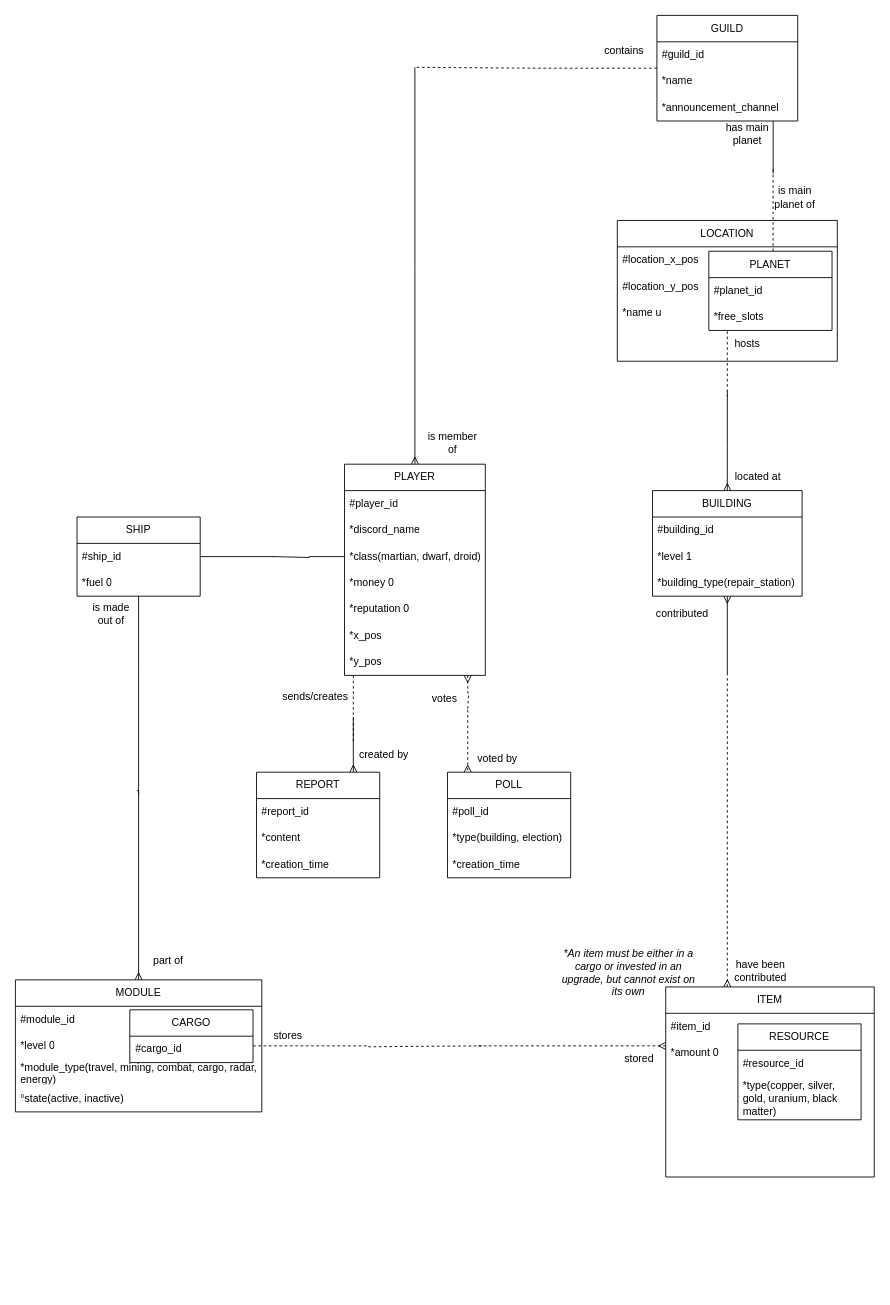
The draw.io diagram database/ehbdb.drawio in LordTlasT/EtHB-docs, before the edit. Source tidied: cells renumbered, new cells numbered last; positions are measured from the earlier drawing's top-left corner, leaving out a move shared by most shapes. Both pictures are drawn from the tidied source at 88%, with x=0, y=0 at pixel (15, 15).
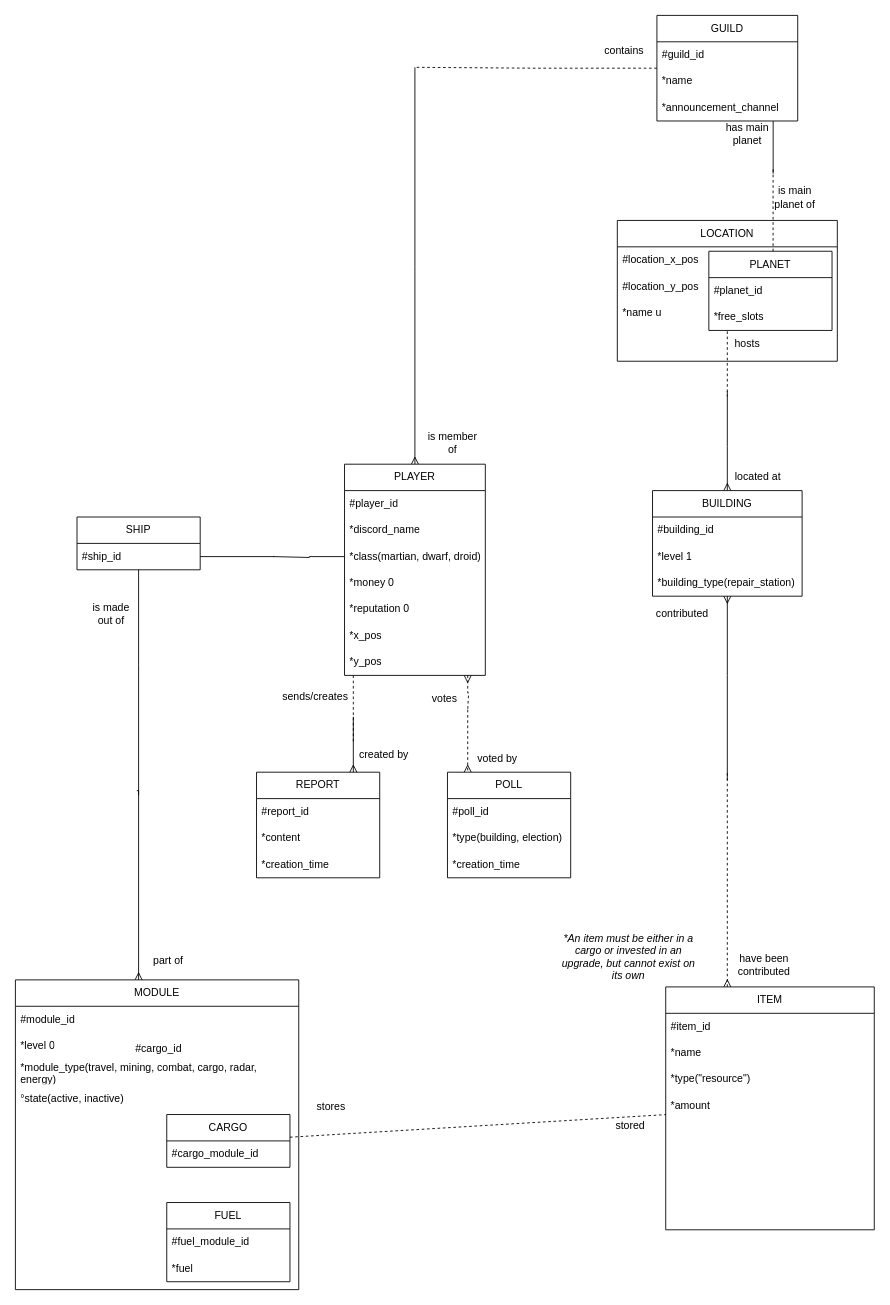
The same page after the edit.

Unchanged cells that the change refers to:
```xml
<mxCell id="21" value="BUILDING" style="swimlane;fontStyle=0;horizontal=1;startSize=30;whiteSpace=wrap;html=1;" parent="1" vertex="1">
  <mxGeometry x="724" y="540" width="170" height="120" as="geometry" />
</mxCell>
```

The edit, as a diff of the source:
```diff
@@
     <mxCell id="3" value="MODULE" style="swimlane;fontStyle=0;horizontal=1;startSize=30;whiteSpace=wrap;html=1;" parent="1" vertex="1">
-      <mxGeometry y="1096" width="280" height="150" as="geometry" />
+      <mxGeometry y="1096" width="322" height="352" as="geometry" />
     </mxCell>
     <mxCell id="4" value="#module_id&lt;br&gt;" style="text;strokeColor=none;fillColor=none;align=left;verticalAlign=middle;spacingLeft=4;spacingRight=4;overflow=hidden;whiteSpace=wrap;html=1;" parent="3" vertex="1">
-      <mxGeometry y="30" width="280" height="30" as="geometry" />
+      <mxGeometry y="30" width="322" height="30" as="geometry" />
     </mxCell>
     <mxCell id="5" value="*level 0" style="text;strokeColor=none;fillColor=none;align=left;verticalAlign=middle;spacingLeft=4;spacingRight=4;overflow=hidden;whiteSpace=wrap;html=1;" parent="3" vertex="1">
-      <mxGeometry y="60" width="280" height="30" as="geometry" />
+      <mxGeometry y="60" width="322" height="30" as="geometry" />
     </mxCell>
+    <mxCell id="86" value="*module_type(travel, mining, combat, cargo, radar, energy)" style="text;strokeColor=none;fillColor=none;align=left;verticalAlign=middle;spacingLeft=4;spacingRight=4;overflow=hidden;whiteSpace=wrap;html=1;" parent="3" vertex="1">
+      <mxGeometry y="90" width="322" height="30" as="geometry" />
+    </mxCell>
+    <mxCell id="7" value="°state(active, inactive)" style="text;strokeColor=none;fillColor=none;align=left;verticalAlign=middle;spacingLeft=4;spacingRight=4;overflow=hidden;whiteSpace=wrap;html=1;" parent="3" vertex="1">
+      <mxGeometry y="120" width="322" height="30" as="geometry" />
+    </mxCell>
-    <mxCell id="6" value="*module_type(travel, mining, combat, cargo, radar, energy)" style="text;strokeColor=none;fillColor=none;align=left;verticalAlign=middle;spacingLeft=4;spacingRight=4;overflow=hidden;whiteSpace=wrap;html=1;" parent="3" vertex="1">
-      <mxGeometry y="90" width="280" height="30" as="geometry" />
+    <mxCell id="6" value="&amp;nbsp;" style="text;strokeColor=none;fillColor=none;align=left;verticalAlign=middle;spacingLeft=4;spacingRight=4;overflow=hidden;whiteSpace=wrap;html=1;" parent="3" vertex="1">
+      <mxGeometry y="150" width="322" height="202" as="geometry" />
     </mxCell>
-    <mxCell id="7" value="°state(active, inactive)" style="text;strokeColor=none;fillColor=none;align=left;verticalAlign=middle;spacingLeft=4;spacingRight=4;overflow=hidden;whiteSpace=wrap;html=1;" parent="3" vertex="1">
-      <mxGeometry y="120" width="280" height="30" as="geometry" />
-    </mxCell>
@@
     <mxCell id="19" style="edgeStyle=orthogonalEdgeStyle;rounded=0;jettySize=auto;html=1;endArrow=none;endFill=0;startArrow=ERmany;startFill=0;" parent="1" edge="1" source="21">
       <mxGeometry relative="1" as="geometry">
-        <mxPoint x="809" y="750" as="targetPoint" />
+        <mxPoint x="809" y="869" as="targetPoint" />
         <Array as="points">
           <mxPoint x="809" y="750" />
         </Array>
       </mxGeometry>
     </mxCell>
@@
     <mxCell id="27" value="SHIP" style="swimlane;fontStyle=0;horizontal=1;startSize=30;whiteSpace=wrap;html=1;" parent="1" vertex="1">
-      <mxGeometry x="70" y="570" width="140" height="90" as="geometry" />
+      <mxGeometry x="70" y="570" width="140" height="60" as="geometry" />
     </mxCell>
@@
-    <mxCell id="29" value="*fuel 0" style="text;strokeColor=none;fillColor=none;align=left;verticalAlign=middle;spacingLeft=4;spacingRight=4;overflow=hidden;whiteSpace=wrap;html=1;" parent="27" vertex="1">
-      <mxGeometry y="60" width="140" height="30" as="geometry" />
-    </mxCell>
@@
     <mxCell id="39" style="edgeStyle=orthogonalEdgeStyle;rounded=0;jettySize=auto;html=1;dashed=1;endArrow=none;endFill=0;startArrow=ERmany;startFill=0;" parent="1" edge="1" source="41">
       <mxGeometry relative="1" as="geometry">
-        <mxPoint x="809" y="750" as="targetPoint" />
+        <mxPoint x="809" y="859" as="targetPoint" />
         <Array as="points">
-          <mxPoint x="809" y="790" />
-          <mxPoint x="809" y="790" />
+          <mxPoint x="809" y="1056" />
+          <mxPoint x="809" y="1056" />
         </Array>
       </mxGeometry>
     </mxCell>
-    <mxCell id="40" style="edgeStyle=orthogonalEdgeStyle;rounded=0;orthogonalLoop=1;jettySize=auto;html=1;endArrow=none;endFill=0;startArrow=ERmany;startFill=0;dashed=1;" parent="1" edge="1">
-      <mxGeometry relative="1" as="geometry">
-        <mxPoint x="739" y="1171" as="sourcePoint" />
-        <mxPoint x="523" y="1171" as="targetPoint" />
-      </mxGeometry>
-    </mxCell>
     <mxCell id="41" value="ITEM" style="swimlane;fontStyle=0;horizontal=1;startSize=30;whiteSpace=wrap;html=1;" parent="1" vertex="1">
-      <mxGeometry x="739" y="1104" width="237" height="216" as="geometry" />
+      <mxGeometry x="739" y="1104" width="237" height="276" as="geometry" />
     </mxCell>
@@
+    <mxCell id="87" value="*name" style="text;strokeColor=none;fillColor=none;align=left;verticalAlign=middle;spacingLeft=4;spacingRight=4;overflow=hidden;whiteSpace=wrap;html=1;" parent="41" vertex="1">
+      <mxGeometry y="60" width="237" height="30" as="geometry" />
+    </mxCell>
+    <mxCell id="88" value="*type(&quot;resource&quot;)" style="text;strokeColor=none;fillColor=none;align=left;verticalAlign=middle;spacingLeft=4;spacingRight=4;overflow=hidden;whiteSpace=wrap;html=1;" parent="41" vertex="1">
+      <mxGeometry y="90" width="237" height="30" as="geometry" />
+    </mxCell>
-    <mxCell id="43" value="*amount 0" style="text;strokeColor=none;fillColor=none;align=left;verticalAlign=middle;spacingLeft=4;spacingRight=4;overflow=hidden;whiteSpace=wrap;html=1;" parent="41" vertex="1">
-      <mxGeometry y="60" width="237" height="30" as="geometry" />
+    <mxCell id="43" value="*amount" style="text;strokeColor=none;fillColor=none;align=left;verticalAlign=middle;spacingLeft=4;spacingRight=4;overflow=hidden;whiteSpace=wrap;html=1;" parent="41" vertex="1">
+      <mxGeometry y="120" width="237" height="30" as="geometry" />
     </mxCell>
     <mxCell id="44" value="&amp;nbsp;" style="text;strokeColor=none;fillColor=none;align=left;verticalAlign=middle;spacingLeft=4;spacingRight=4;overflow=hidden;whiteSpace=wrap;html=1;" parent="41" vertex="1">
-      <mxGeometry y="90" width="237" height="126" as="geometry" />
+      <mxGeometry y="150" width="237" height="126" as="geometry" />
     </mxCell>
-    <mxCell id="45" style="edgeStyle=orthogonalEdgeStyle;rounded=0;jettySize=auto;html=1;dashed=1;endArrow=none;endFill=0;" parent="1" edge="1" source="46">
-      <mxGeometry relative="1" as="geometry">
-        <mxPoint x="531" y="1171" as="targetPoint" />
-        <Array as="points">
-          <mxPoint x="401" y="1171" />
-          <mxPoint x="401" y="1172" />
-        </Array>
-      </mxGeometry>
-    </mxCell>
-    <mxCell id="46" value="CARGO" style="swimlane;fontStyle=0;horizontal=1;startSize=30;whiteSpace=wrap;html=1;" parent="1" vertex="1">
-      <mxGeometry x="130" y="1130" width="140" height="60" as="geometry" />
-    </mxCell>
@@
     <mxCell id="53" value="&lt;span style=&quot;color: rgb(0, 0, 0); font-family: Helvetica; font-size: 12px; font-style: normal; font-variant-ligatures: normal; font-variant-caps: normal; font-weight: 400; letter-spacing: normal; orphans: 2; text-align: center; text-indent: 0px; text-transform: none; widows: 2; word-spacing: 0px; -webkit-text-stroke-width: 0px; background-color: rgb(255, 255, 255); text-decoration-thickness: initial; text-decoration-style: initial; text-decoration-color: initial; float: none; display: inline !important;&quot;&gt;have been contributed&lt;/span&gt;" style="text;html=1;strokeColor=none;fillColor=none;align=center;verticalAlign=middle;whiteSpace=wrap;rounded=0;fontSize=12;" parent="1" vertex="1">
-      <mxGeometry x="817" y="1071" width="60" height="30" as="geometry" />
+      <mxGeometry x="821" y="1064" width="60" height="30" as="geometry" />
     </mxCell>
@@
     <mxCell id="70" value="stores" style="text;html=1;strokeColor=none;fillColor=none;align=center;verticalAlign=middle;whiteSpace=wrap;rounded=0;" parent="1" vertex="1">
-      <mxGeometry x="280" y="1145" width="60" height="30" as="geometry" />
+      <mxGeometry x="329" y="1225" width="60" height="30" as="geometry" />
     </mxCell>
     <mxCell id="71" value="stored" style="text;html=1;strokeColor=none;fillColor=none;align=center;verticalAlign=middle;whiteSpace=wrap;rounded=0;" parent="1" vertex="1">
-      <mxGeometry x="679" y="1171" width="60" height="30" as="geometry" />
+      <mxGeometry x="669" y="1247" width="60" height="30" as="geometry" />
     </mxCell>
@@
     <mxCell id="81" value="*An item must be either in a cargo or invested in an upgrade, but cannot exist on its own" style="text;html=1;strokeColor=none;fillColor=none;align=center;verticalAlign=middle;whiteSpace=wrap;rounded=0;fontStyle=2;" parent="1" vertex="1">
-      <mxGeometry x="619" y="1051" width="156" height="74" as="geometry" />
+      <mxGeometry x="619" y="1033" width="156" height="74" as="geometry" />
     </mxCell>
@@
-    <mxCell id="83" value="RESOURCE" style="swimlane;fontStyle=0;horizontal=1;startSize=30;whiteSpace=wrap;html=1;" parent="1" vertex="1">
-      <mxGeometry x="821" y="1146" width="140" height="109" as="geometry" />
-    </mxCell>
-    <mxCell id="84" value="#resource_id" style="text;strokeColor=none;fillColor=none;align=left;verticalAlign=middle;spacingLeft=4;spacingRight=4;overflow=hidden;whiteSpace=wrap;html=1;" parent="83" vertex="1">
-      <mxGeometry y="30" width="140" height="30" as="geometry" />
-    </mxCell>
-    <mxCell id="85" value="&lt;span style=&quot;color: rgb(0, 0, 0); font-family: Helvetica; font-size: 12px; font-style: normal; font-variant-ligatures: normal; font-variant-caps: normal; font-weight: 400; letter-spacing: normal; orphans: 2; text-align: left; text-indent: 0px; text-transform: none; widows: 2; word-spacing: 0px; -webkit-text-stroke-width: 0px; background-color: rgb(255, 255, 255); text-decoration-thickness: initial; text-decoration-style: initial; text-decoration-color: initial; float: none; display: inline !important;&quot;&gt;*type(copper, silver, gold, uranium, black matter)&lt;/span&gt;" style="text;strokeColor=none;fillColor=none;align=left;verticalAlign=middle;spacingLeft=4;spacingRight=4;overflow=hidden;whiteSpace=wrap;html=1;" parent="83" vertex="1">
-      <mxGeometry y="60" width="140" height="49" as="geometry" />
-    </mxCell>
+    <mxCell id="46" value="CARGO" style="swimlane;fontStyle=0;horizontal=1;startSize=30;whiteSpace=wrap;html=1;" parent="1" vertex="1">
+      <mxGeometry x="172" y="1249" width="140" height="60" as="geometry" />
+    </mxCell>
+    <mxCell id="89" value="#cargo_module_id" style="text;strokeColor=none;fillColor=none;align=left;verticalAlign=middle;spacingLeft=4;spacingRight=4;overflow=hidden;whiteSpace=wrap;html=1;" parent="46" vertex="1">
+      <mxGeometry y="30" width="140" height="30" as="geometry" />
+    </mxCell>
+    <mxCell id="90" value="FUEL" style="swimlane;fontStyle=0;horizontal=1;startSize=30;whiteSpace=wrap;html=1;" parent="1" vertex="1">
+      <mxGeometry x="172" y="1349" width="140" height="90" as="geometry" />
+    </mxCell>
+    <mxCell id="91" value="#fuel_module_id" style="text;strokeColor=none;fillColor=none;align=left;verticalAlign=middle;spacingLeft=4;spacingRight=4;overflow=hidden;whiteSpace=wrap;html=1;" parent="90" vertex="1">
+      <mxGeometry y="30" width="140" height="30" as="geometry" />
+    </mxCell>
+    <mxCell id="92" value="*fuel" style="text;strokeColor=none;fillColor=none;align=left;verticalAlign=middle;spacingLeft=4;spacingRight=4;overflow=hidden;whiteSpace=wrap;html=1;" parent="90" vertex="1">
+      <mxGeometry y="60" width="140" height="30" as="geometry" />
+    </mxCell>
+    <mxCell id="93" style="endArrow=none;dashed=1;html=1;rounded=0;" parent="1" edge="1" source="46" target="41">
+      <mxGeometry relative="1" as="geometry" />
+    </mxCell>
```
